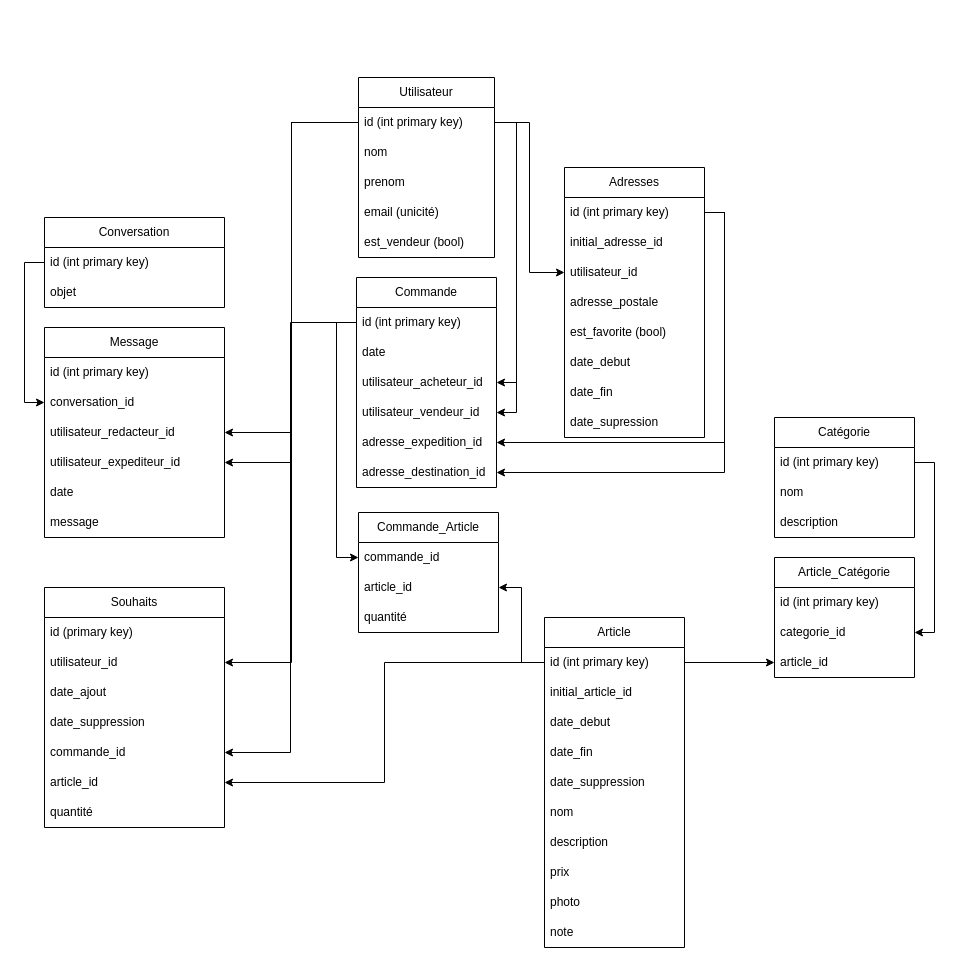
This is BDD Amazon IPI TP.drawio from mathiasSuchail/diagram, a draw.io file, before an edit. Source tidied: cells renumbered, new cells numbered last; positions are measured from the earlier drawing's top-left corner, leaving out a move shared by most shapes. Both pictures are drawn from the tidied source at 100%, with x=0, y=0 at pixel (44, 77).
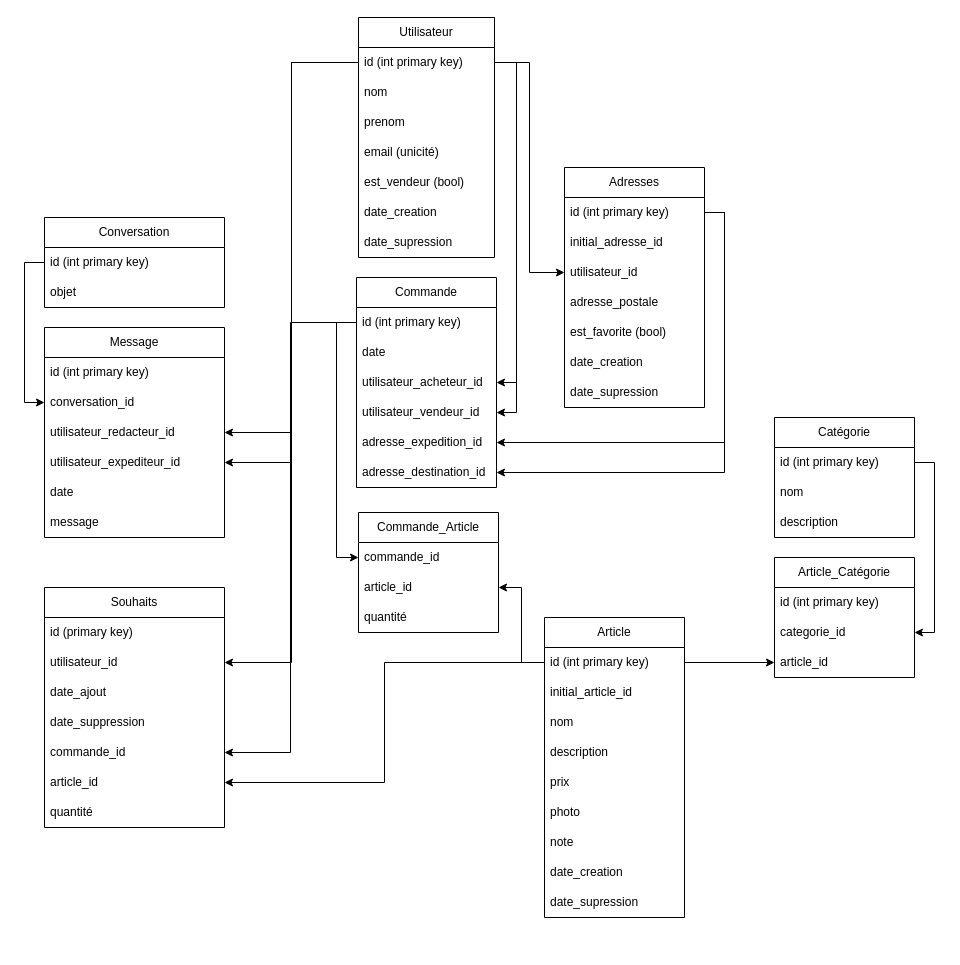
The same diagram, later.

Commit message:
Mettre à jour BDD Amazon IPI TP.drawio

What changed in the source:
```diff
@@
     <mxCell id="2" value="Utilisateur" style="swimlane;fontStyle=0;horizontal=1;startSize=30;whiteSpace=wrap;html=1;" parent="1" vertex="1">
-      <mxGeometry x="314" width="136" height="180" as="geometry" />
+      <mxGeometry x="314" y="-60" width="136" height="240" as="geometry" />
     </mxCell>
@@
+    <mxCell id="80" value="date_creation" style="text;strokeColor=none;fillColor=none;align=left;verticalAlign=middle;spacingLeft=4;spacingRight=4;overflow=hidden;whiteSpace=wrap;html=1;" parent="2" vertex="1">
+      <mxGeometry y="180" width="136" height="30" as="geometry" />
+    </mxCell>
+    <mxCell id="45" value="date_supression" style="text;strokeColor=none;fillColor=none;align=left;verticalAlign=middle;spacingLeft=4;spacingRight=4;overflow=hidden;whiteSpace=wrap;html=1;" parent="2" vertex="1">
+      <mxGeometry y="210" width="136" height="30" as="geometry" />
+    </mxCell>
     <mxCell id="8" value="Article" style="swimlane;fontStyle=0;horizontal=1;startSize=30;whiteSpace=wrap;html=1;" parent="1" vertex="1">
-      <mxGeometry x="500" y="540" width="140" height="330" as="geometry" />
+      <mxGeometry x="500" y="540" width="140" height="300" as="geometry" />
     </mxCell>
@@
-    <mxCell id="11" value="date_debut" style="text;strokeColor=none;fillColor=none;align=left;verticalAlign=middle;spacingLeft=4;spacingRight=4;overflow=hidden;whiteSpace=wrap;html=1;" parent="8" vertex="1">
-      <mxGeometry y="90" width="140" height="30" as="geometry" />
-    </mxCell>
-    <mxCell id="12" value="date_fin" style="text;strokeColor=none;fillColor=none;align=left;verticalAlign=middle;spacingLeft=4;spacingRight=4;overflow=hidden;whiteSpace=wrap;html=1;" parent="8" vertex="1">
-      <mxGeometry y="120" width="140" height="30" as="geometry" />
-    </mxCell>
-    <mxCell id="13" value="date_suppression" style="text;strokeColor=none;fillColor=none;align=left;verticalAlign=middle;spacingLeft=4;spacingRight=4;overflow=hidden;whiteSpace=wrap;html=1;" parent="8" vertex="1">
-      <mxGeometry y="150" width="140" height="30" as="geometry" />
-    </mxCell>
     <mxCell id="14" value="nom" style="text;strokeColor=none;fillColor=none;align=left;verticalAlign=middle;spacingLeft=4;spacingRight=4;overflow=hidden;whiteSpace=wrap;html=1;" parent="8" vertex="1">
-      <mxGeometry y="180" width="140" height="30" as="geometry" />
+      <mxGeometry y="90" width="140" height="30" as="geometry" />
     </mxCell>
     <mxCell id="15" value="description" style="text;strokeColor=none;fillColor=none;align=left;verticalAlign=middle;spacingLeft=4;spacingRight=4;overflow=hidden;whiteSpace=wrap;html=1;" parent="8" vertex="1">
-      <mxGeometry y="210" width="140" height="30" as="geometry" />
+      <mxGeometry y="120" width="140" height="30" as="geometry" />
     </mxCell>
     <mxCell id="16" value="prix" style="text;strokeColor=none;fillColor=none;align=left;verticalAlign=middle;spacingLeft=4;spacingRight=4;overflow=hidden;whiteSpace=wrap;html=1;" parent="8" vertex="1">
-      <mxGeometry y="240" width="140" height="30" as="geometry" />
+      <mxGeometry y="150" width="140" height="30" as="geometry" />
     </mxCell>
     <mxCell id="17" value="photo" style="text;strokeColor=none;fillColor=none;align=left;verticalAlign=middle;spacingLeft=4;spacingRight=4;overflow=hidden;whiteSpace=wrap;html=1;" parent="8" vertex="1">
-      <mxGeometry y="270" width="140" height="30" as="geometry" />
+      <mxGeometry y="180" width="140" height="30" as="geometry" />
     </mxCell>
     <mxCell id="18" value="note" style="text;strokeColor=none;fillColor=none;align=left;verticalAlign=middle;spacingLeft=4;spacingRight=4;overflow=hidden;whiteSpace=wrap;html=1;" parent="8" vertex="1">
-      <mxGeometry y="300" width="140" height="30" as="geometry" />
+      <mxGeometry y="210" width="140" height="30" as="geometry" />
     </mxCell>
+    <mxCell id="11" value="date_creation" style="text;strokeColor=none;fillColor=none;align=left;verticalAlign=middle;spacingLeft=4;spacingRight=4;overflow=hidden;whiteSpace=wrap;html=1;" parent="8" vertex="1">
+      <mxGeometry y="240" width="140" height="30" as="geometry" />
+    </mxCell>
+    <mxCell id="12" value="date_supression" style="text;strokeColor=none;fillColor=none;align=left;verticalAlign=middle;spacingLeft=4;spacingRight=4;overflow=hidden;whiteSpace=wrap;html=1;" parent="8" vertex="1">
+      <mxGeometry y="270" width="140" height="30" as="geometry" />
+    </mxCell>
@@
     <mxCell id="37" value="Adresses" style="swimlane;fontStyle=0;horizontal=1;startSize=30;whiteSpace=wrap;html=1;" parent="1" vertex="1">
-      <mxGeometry x="520" y="90" width="140" height="270" as="geometry" />
+      <mxGeometry x="520" y="90" width="140" height="240" as="geometry" />
     </mxCell>
@@
-    <mxCell id="43" value="date_debut" style="text;strokeColor=none;fillColor=none;align=left;verticalAlign=middle;spacingLeft=4;spacingRight=4;overflow=hidden;whiteSpace=wrap;html=1;" parent="37" vertex="1">
+    <mxCell id="43" value="date_creation" style="text;strokeColor=none;fillColor=none;align=left;verticalAlign=middle;spacingLeft=4;spacingRight=4;overflow=hidden;whiteSpace=wrap;html=1;" parent="37" vertex="1">
       <mxGeometry y="180" width="140" height="30" as="geometry" />
     </mxCell>
-    <mxCell id="44" value="date_fin" style="text;strokeColor=none;fillColor=none;align=left;verticalAlign=middle;spacingLeft=4;spacingRight=4;overflow=hidden;whiteSpace=wrap;html=1;" parent="37" vertex="1">
+    <mxCell id="44" value="date_supression" style="text;strokeColor=none;fillColor=none;align=left;verticalAlign=middle;spacingLeft=4;spacingRight=4;overflow=hidden;whiteSpace=wrap;html=1;" parent="37" vertex="1">
       <mxGeometry y="210" width="140" height="30" as="geometry" />
     </mxCell>
-    <mxCell id="45" value="date_supression" style="text;strokeColor=none;fillColor=none;align=left;verticalAlign=middle;spacingLeft=4;spacingRight=4;overflow=hidden;whiteSpace=wrap;html=1;" parent="37" vertex="1">
-      <mxGeometry y="240" width="140" height="30" as="geometry" />
-    </mxCell>
```
